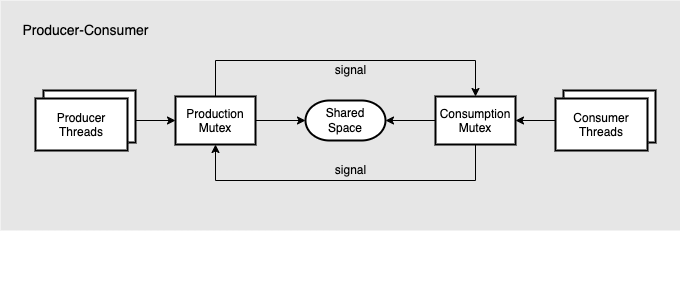
MarcosVB/producer-consumer-mutex keeps this draw.io diagram as docs/images/design.png. Above is the earlier version. Source tidied: cells renumbered, new cells last; positions are measured from the earlier drawing's top-left corner, leaving out a move shared by most shapes.
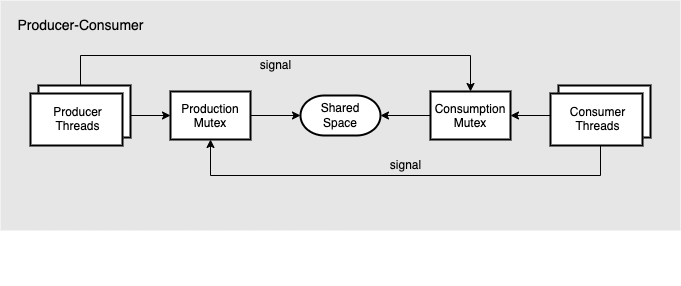
After the commit.

What changed in the source:
```diff
@@ -3,7 +3,7 @@
     <mxCell id="0" />
     <mxCell id="1" parent="0" />
     <mxCell id="2" style="rounded=0;whiteSpace=wrap;html=1;strokeWidth=0;strokeColor=none;fillColor=#E6E6E6;align=left;verticalAlign=top;spacingLeft=2;" parent="1" vertex="1">
-      <mxGeometry width="680" height="230" as="geometry" />
+      <mxGeometry x="5" y="5" width="680" height="230" as="geometry" />
     </mxCell>
     <mxCell id="3" style="edgeStyle=none;html=1;entryX=0;entryY=0.5;entryDx=0;entryDy=0;" parent="1" edge="1" source="4" target="10">
       <mxGeometry relative="1" as="geometry" />
@@ -12,7 +12,7 @@
       <mxGeometry x="35" y="90" width="100" height="60" as="geometry" />
     </mxCell>
     <mxCell id="5" value="Best viewed with the &lt;a href=&quot;https://github.com/ariel-bentu/tam-drawio&quot;&gt;TAM plugin&lt;/a&gt;" style="text;html=1;shape=tamPluginMissing;" parent="1" vertex="1">
-      <mxGeometry x="247.5" y="260" width="200" height="25" as="geometry" />
+      <mxGeometry x="250" y="265" width="200" height="25" as="geometry" />
     </mxCell>
     <mxCell id="6" style="edgeStyle=none;html=1;entryX=1;entryY=0.5;entryDx=0;entryDy=0;" parent="1" edge="1" source="7" target="12">
       <mxGeometry relative="1" as="geometry" />
@@ -35,14 +35,14 @@
     <mxCell id="12" value="Consumption&#10;Mutex" style="shape=agent;offsetSize=8;strokeWidth=2;" parent="1" vertex="1">
       <mxGeometry x="435" y="96" width="80" height="48" as="geometry" />
     </mxCell>
-    <mxCell id="13" style="edgeStyle=elbowEdgeStyle;html=1;labelBackgroundColor=none;rounded=0;elbow=vertical;endArrow=classic;endFill=1;align=center;exitX=0.5;exitY=0;exitDx=0;exitDy=0;entryX=0.5;entryY=0;entryDx=0;entryDy=0;" parent="1" edge="1" source="10" target="12">
+    <mxCell id="13" style="edgeStyle=elbowEdgeStyle;html=1;labelBackgroundColor=none;rounded=0;elbow=vertical;endArrow=classic;endFill=1;align=center;exitX=0.5;exitY=0;exitDx=0;exitDy=0;entryX=0.5;entryY=0;entryDx=0;entryDy=0;" parent="1" edge="1" source="4" target="12">
       <mxGeometry relative="1" as="geometry">
         <Array as="points">
           <mxPoint x="345" y="60" />
         </Array>
       </mxGeometry>
     </mxCell>
-    <mxCell id="14" style="edgeStyle=elbowEdgeStyle;html=1;labelBackgroundColor=none;rounded=0;elbow=vertical;endArrow=classic;endFill=1;align=center;exitX=0.5;exitY=1;exitDx=0;exitDy=0;entryX=0.5;entryY=1;entryDx=0;entryDy=0;" parent="1" edge="1" source="12" target="10">
+    <mxCell id="14" style="edgeStyle=elbowEdgeStyle;html=1;labelBackgroundColor=none;rounded=0;elbow=vertical;endArrow=classic;endFill=1;align=center;exitX=0.5;exitY=1;exitDx=0;exitDy=0;entryX=0.5;entryY=1;entryDx=0;entryDy=0;" parent="1" edge="1" source="7" target="10">
       <mxGeometry relative="1" as="geometry">
         <Array as="points">
           <mxPoint x="355" y="180" />
@@ -50,10 +50,10 @@
       </mxGeometry>
     </mxCell>
     <mxCell id="15" value="signal" style="text;html=1;align=center;verticalAlign=middle;strokeColor=none;fillColor=none;" parent="1" vertex="1">
-      <mxGeometry x="325" y="160" width="50" height="20" as="geometry" />
+      <mxGeometry x="385" y="160" width="50" height="20" as="geometry" />
     </mxCell>
     <mxCell id="16" value="signal" style="text;html=1;align=center;verticalAlign=middle;strokeColor=none;fillColor=none;" parent="1" vertex="1">
-      <mxGeometry x="325" y="60" width="50" height="20" as="geometry" />
+      <mxGeometry x="255" y="60" width="50" height="20" as="geometry" />
     </mxCell>
     <mxCell id="17" value="&lt;font style=&quot;font-size: 14px&quot;&gt;Producer-Consumer&lt;/font&gt;" style="text;html=1;align=center;verticalAlign=middle;strokeColor=none;fillColor=none;" parent="1" vertex="1">
       <mxGeometry x="15" y="20" width="140" height="20" as="geometry" />
```
